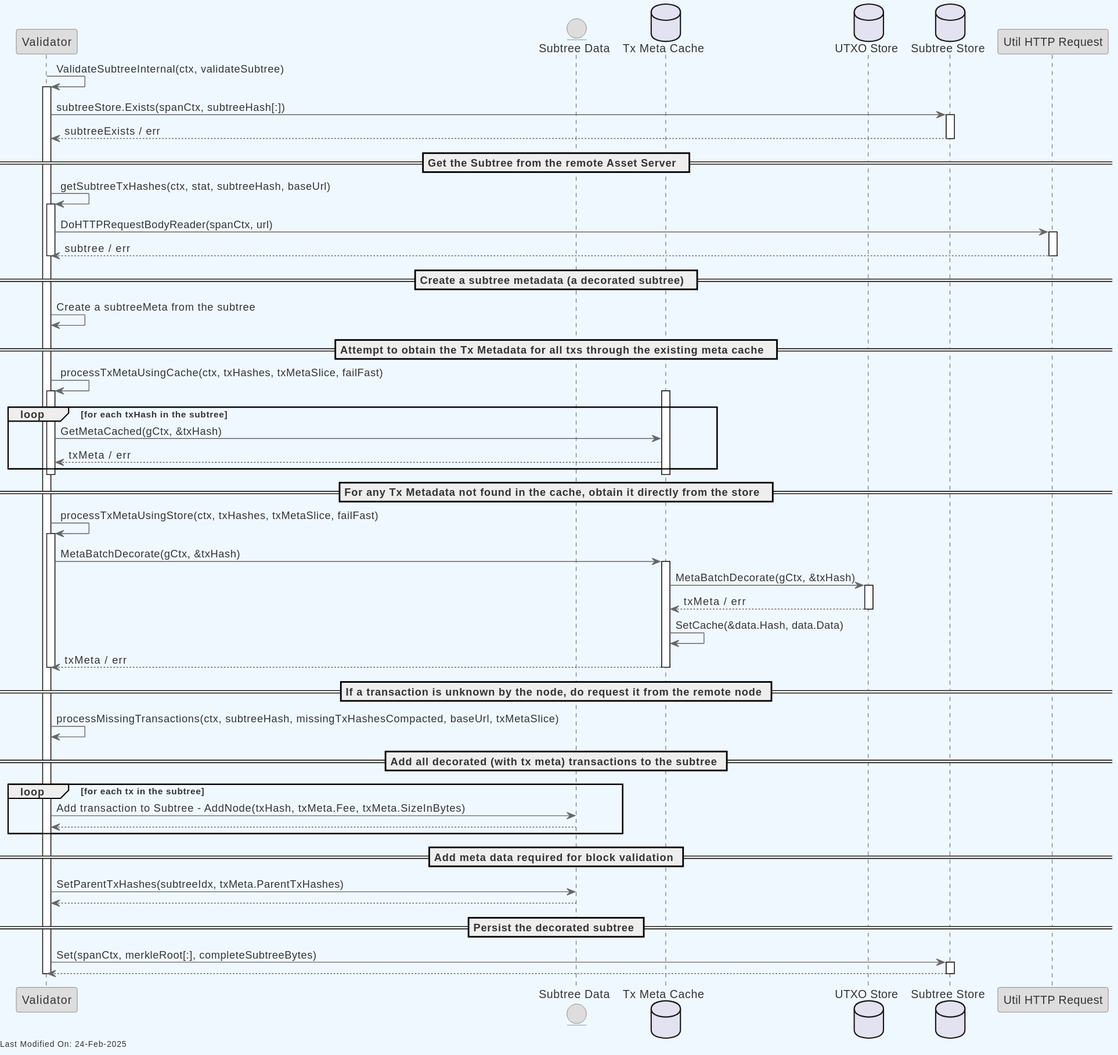
Earlier version of the PlantUML export docs/topics/services/img/plantuml/subtreevalidation/subtree_validation_detail.svg (freemans13/teranode).
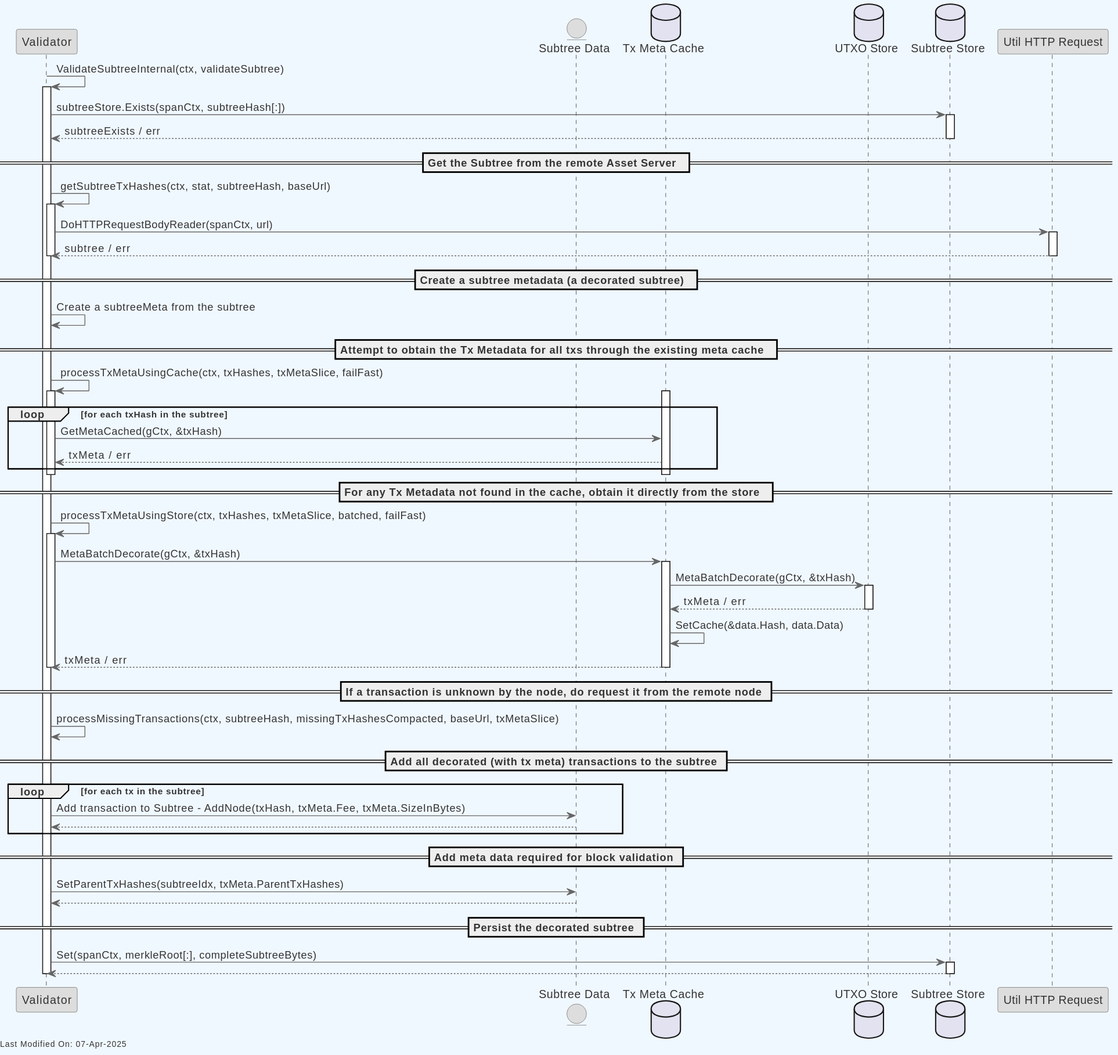
The same diagram one commit later.

Diff of the diagram source:
```diff
@@ -68,7 +68,7 @@
 
 == For any Tx Metadata not found in the cache, obtain it directly from the store  ==
 
-ValidateSubtree -> ValidateSubtree: processTxMetaUsingStore(ctx, txHashes, txMetaSlice, failFast)
+ValidateSubtree -> ValidateSubtree: processTxMetaUsingStore(ctx, txHashes, txMetaSlice, batched, failFast)
 activate ValidateSubtree
 
 ValidateSubtree -> TxMetaStore: MetaBatchDecorate(gCtx, &txHash)
```
